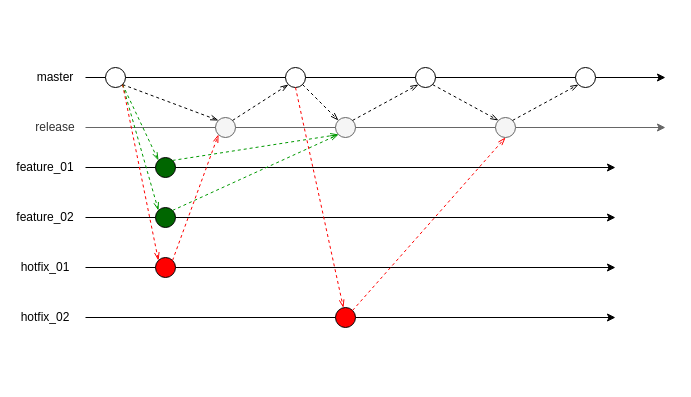
trey03/draw keeps this draw.io diagram as gitflow.drawio. Above is the earlier version. Source tidied: cells renumbered, new cells numbered last; positions are measured from the earlier drawing's top-left corner, leaving out a move shared by most shapes. Both pictures are drawn from the tidied source at 100%, with x=0, y=0 at pixel (25, 67).
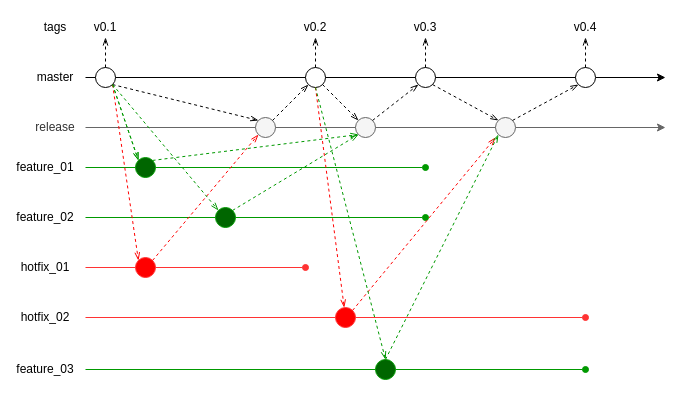
The same diagram, later.

The change refers to these unchanged cells:
```xml
<mxCell id="35" style="ellipse;whiteSpace=wrap;html=1;" parent="1" vertex="1">
  <mxGeometry x="390" width="20" height="20" as="geometry" />
</mxCell>
<mxCell id="43" style="ellipse;whiteSpace=wrap;html=1;fillColor=#f5f5f5;strokeColor=#666666;fontColor=#333333;" parent="1" vertex="1">
  <mxGeometry x="470" y="50" width="20" height="20" as="geometry" />
</mxCell>
<mxCell id="47" style="ellipse;whiteSpace=wrap;html=1;" parent="1" vertex="1">
  <mxGeometry x="550" width="20" height="20" as="geometry" />
</mxCell>
```

The edit, as a diff of the source:
```diff
@@
-    <mxCell id="6" style="endArrow=classic;html=1;" parent="1" edge="1" source="15">
+    <mxCell id="6" style="endArrow=oval;html=1;endFill=1;strokeColor=#009900;" parent="1" edge="1" source="15">
       <mxGeometry relative="1" as="geometry">
-        <mxPoint x="590" y="100" as="targetPoint" />
+        <mxPoint x="400" y="100" as="targetPoint" />
       </mxGeometry>
     </mxCell>
@@
     <mxCell id="8" style="ellipse;whiteSpace=wrap;html=1;" parent="1" vertex="1">
-      <mxGeometry x="80" width="20" height="20" as="geometry" />
+      <mxGeometry x="70" width="20" height="20" as="geometry" />
     </mxCell>
@@
     <mxCell id="10" style="ellipse;whiteSpace=wrap;html=1;" parent="1" vertex="1">
-      <mxGeometry x="260" width="20" height="20" as="geometry" />
+      <mxGeometry x="280" width="20" height="20" as="geometry" />
     </mxCell>
@@
     <mxCell id="12" style="ellipse;whiteSpace=wrap;html=1;fillColor=#f5f5f5;strokeColor=#666666;fontColor=#333333;" parent="1" vertex="1">
-      <mxGeometry x="190" y="50" width="20" height="20" as="geometry" />
+      <mxGeometry x="230" y="50" width="20" height="20" as="geometry" />
     </mxCell>
@@
-    <mxCell id="15" style="ellipse;whiteSpace=wrap;html=1;fillColor=#006600;" parent="1" vertex="1">
-      <mxGeometry x="130" y="90" width="20" height="20" as="geometry" />
-    </mxCell>
-    <mxCell id="16" style="endArrow=none;html=1;endFill=0;" parent="1" edge="1" target="15">
+    <mxCell id="16" style="endArrow=none;html=1;endFill=0;strokeColor=#009900;" parent="1" edge="1" target="15">
       <mxGeometry relative="1" as="geometry">
         <mxPoint x="60" y="100" as="sourcePoint" />
       </mxGeometry>
     </mxCell>
-    <mxCell id="17" style="endArrow=classic;html=1;" parent="1" edge="1" source="19">
+    <mxCell id="17" style="endArrow=oval;html=1;endFill=1;strokeColor=#009900;" parent="1" edge="1" source="19">
       <mxGeometry relative="1" as="geometry">
-        <mxPoint x="590" y="150" as="targetPoint" />
+        <mxPoint x="400" y="150" as="targetPoint" />
       </mxGeometry>
     </mxCell>
@@
-    <mxCell id="19" style="ellipse;whiteSpace=wrap;html=1;fillColor=#006600;" parent="1" vertex="1">
-      <mxGeometry x="130" y="140" width="20" height="20" as="geometry" />
+    <mxCell id="19" style="ellipse;whiteSpace=wrap;html=1;fillColor=#006600;strokeColor=#009900;" parent="1" vertex="1">
+      <mxGeometry x="190" y="140" width="20" height="20" as="geometry" />
     </mxCell>
-    <mxCell id="20" style="endArrow=none;html=1;endFill=0;" parent="1" edge="1" target="19">
+    <mxCell id="20" style="endArrow=none;html=1;endFill=0;strokeColor=#009900;" parent="1" edge="1" target="19">
       <mxGeometry relative="1" as="geometry">
         <mxPoint x="60" y="150" as="sourcePoint" />
       </mxGeometry>
     </mxCell>
-    <mxCell id="21" style="endArrow=openThin;dashed=1;html=1;exitX=1;exitY=1;exitDx=0;exitDy=0;entryX=0;entryY=0;entryDx=0;entryDy=0;endFill=0;strokeColor=#009900;" parent="1" edge="1" source="8" target="19">
-      <mxGeometry relative="1" as="geometry" />
-    </mxCell>
-    <mxCell id="22" style="endArrow=classic;html=1;" parent="1" edge="1" source="24">
+    <mxCell id="22" style="endArrow=oval;html=1;strokeColor=#FF3333;endFill=1;" parent="1" edge="1" source="24">
       <mxGeometry relative="1" as="geometry">
-        <mxPoint x="590" y="200" as="targetPoint" />
+        <mxPoint x="280" y="200" as="targetPoint" />
       </mxGeometry>
     </mxCell>
@@
-    <mxCell id="24" style="ellipse;whiteSpace=wrap;html=1;fillColor=#FF0000;" parent="1" vertex="1">
-      <mxGeometry x="130" y="190" width="20" height="20" as="geometry" />
+    <mxCell id="24" style="ellipse;whiteSpace=wrap;html=1;fillColor=#FF0000;strokeColor=#FF3333;" parent="1" vertex="1">
+      <mxGeometry x="110" y="190" width="20" height="20" as="geometry" />
     </mxCell>
-    <mxCell id="25" style="endArrow=none;html=1;endFill=0;" parent="1" edge="1" target="24">
+    <mxCell id="25" style="endArrow=none;html=1;endFill=0;strokeColor=#FF3333;" parent="1" edge="1" target="24">
       <mxGeometry relative="1" as="geometry">
         <mxPoint x="60" y="200" as="sourcePoint" />
       </mxGeometry>
     </mxCell>
@@
     <mxCell id="30" style="ellipse;whiteSpace=wrap;html=1;fillColor=#f5f5f5;strokeColor=#666666;fontColor=#333333;" parent="1" vertex="1">
-      <mxGeometry x="310" y="50" width="20" height="20" as="geometry" />
+      <mxGeometry x="330" y="50" width="20" height="20" as="geometry" />
     </mxCell>
@@
-    <mxCell id="38" style="endArrow=classic;html=1;" parent="1" edge="1" source="40">
+    <mxCell id="38" style="endArrow=oval;html=1;strokeColor=#FF3333;endFill=1;" parent="1" edge="1" source="40">
       <mxGeometry relative="1" as="geometry">
-        <mxPoint x="590" y="250" as="targetPoint" />
+        <mxPoint x="560" y="250" as="targetPoint" />
       </mxGeometry>
     </mxCell>
@@
-    <mxCell id="40" style="ellipse;whiteSpace=wrap;html=1;fillColor=#FF0000;" parent="1" vertex="1">
+    <mxCell id="40" style="ellipse;whiteSpace=wrap;html=1;fillColor=#FF0000;strokeColor=#FF3333;" parent="1" vertex="1">
       <mxGeometry x="310" y="240" width="20" height="20" as="geometry" />
     </mxCell>
-    <mxCell id="41" style="endArrow=none;html=1;endFill=0;" parent="1" edge="1" target="40">
+    <mxCell id="41" style="endArrow=none;html=1;endFill=0;strokeColor=#FF3333;" parent="1" edge="1" target="40">
       <mxGeometry relative="1" as="geometry">
         <mxPoint x="60" y="250" as="sourcePoint" />
       </mxGeometry>
     </mxCell>
@@
-    <mxCell id="45" style="endArrow=openThin;dashed=1;html=1;exitX=1;exitY=0;exitDx=0;exitDy=0;endFill=0;fillColor=#f8cecc;strokeColor=#FF0000;entryX=0.5;entryY=1;entryDx=0;entryDy=0;" parent="1" edge="1" source="40" target="43">
-      <mxGeometry relative="1" as="geometry" />
+    <mxCell id="45" style="endArrow=openThin;dashed=1;html=1;exitX=1;exitY=0;exitDx=0;exitDy=0;endFill=0;fillColor=#f8cecc;strokeColor=#FF0000;" parent="1" edge="1" source="40">
+      <mxGeometry relative="1" as="geometry">
+        <mxPoint x="470" y="70" as="targetPoint" />
+      </mxGeometry>
     </mxCell>
@@
+    <mxCell id="50" value="tags" style="text;html=1;strokeColor=none;fillColor=none;align=center;verticalAlign=middle;whiteSpace=wrap;rounded=0;" parent="1" vertex="1">
+      <mxGeometry x="10" y="-50" width="40" height="20" as="geometry" />
+    </mxCell>
+    <mxCell id="15" style="ellipse;whiteSpace=wrap;html=1;fillColor=#006600;strokeColor=#009900;" parent="1" vertex="1">
+      <mxGeometry x="110" y="90" width="20" height="20" as="geometry" />
+    </mxCell>
+    <mxCell id="51" style="endArrow=openThin;dashed=1;html=1;exitX=1;exitY=1;exitDx=0;exitDy=0;entryX=0;entryY=0;entryDx=0;entryDy=0;endFill=0;strokeColor=#009900;" parent="1" edge="1" source="8" target="15">
+      <mxGeometry relative="1" as="geometry" />
+    </mxCell>
+    <mxCell id="21" style="endArrow=openThin;dashed=1;html=1;exitX=1;exitY=1;exitDx=0;exitDy=0;entryX=0;entryY=0;entryDx=0;entryDy=0;endFill=0;strokeColor=#009900;" parent="1" edge="1" source="8" target="19">
+      <mxGeometry relative="1" as="geometry" />
+    </mxCell>
+    <mxCell id="52" value="v0.1" style="text;html=1;strokeColor=none;fillColor=none;align=center;verticalAlign=middle;whiteSpace=wrap;rounded=0;" parent="1" vertex="1">
+      <mxGeometry x="60" y="-50" width="40" height="20" as="geometry" />
+    </mxCell>
+    <mxCell id="53" value="v0.2" style="text;html=1;strokeColor=none;fillColor=none;align=center;verticalAlign=middle;whiteSpace=wrap;rounded=0;" parent="1" vertex="1">
+      <mxGeometry x="270" y="-50" width="40" height="20" as="geometry" />
+    </mxCell>
+    <mxCell id="54" value="v0.3" style="text;html=1;strokeColor=none;fillColor=none;align=center;verticalAlign=middle;whiteSpace=wrap;rounded=0;" parent="1" vertex="1">
+      <mxGeometry x="380" y="-50" width="40" height="20" as="geometry" />
+    </mxCell>
+    <mxCell id="55" value="v0.4" style="text;html=1;strokeColor=none;fillColor=none;align=center;verticalAlign=middle;whiteSpace=wrap;rounded=0;" parent="1" vertex="1">
+      <mxGeometry x="540" y="-50" width="40" height="20" as="geometry" />
+    </mxCell>
+    <mxCell id="56" style="endArrow=openThin;dashed=1;html=1;exitX=0.5;exitY=0;exitDx=0;exitDy=0;endFill=0;entryX=0.5;entryY=1;entryDx=0;entryDy=0;" parent="1" edge="1" source="8" target="52">
+      <mxGeometry relative="1" as="geometry" />
+    </mxCell>
+    <mxCell id="57" style="endArrow=openThin;dashed=1;html=1;exitX=0.5;exitY=0;exitDx=0;exitDy=0;endFill=0;entryX=0.5;entryY=1;entryDx=0;entryDy=0;" parent="1" edge="1" source="10" target="53">
+      <mxGeometry relative="1" as="geometry" />
+    </mxCell>
+    <mxCell id="58" style="endArrow=openThin;dashed=1;html=1;exitX=0.5;exitY=0;exitDx=0;exitDy=0;endFill=0;entryX=0.5;entryY=1;entryDx=0;entryDy=0;" parent="1" edge="1" source="35" target="54">
+      <mxGeometry relative="1" as="geometry" />
+    </mxCell>
+    <mxCell id="59" style="endArrow=openThin;dashed=1;html=1;exitX=0.5;exitY=0;exitDx=0;exitDy=0;endFill=0;entryX=0.5;entryY=1;entryDx=0;entryDy=0;" parent="1" edge="1" source="47" target="55">
+      <mxGeometry relative="1" as="geometry" />
+    </mxCell>
+    <mxCell id="60" style="endArrow=oval;html=1;endFill=1;strokeColor=#009900;" parent="1" edge="1" source="63">
+      <mxGeometry relative="1" as="geometry">
+        <mxPoint x="560" y="302" as="targetPoint" />
+      </mxGeometry>
+    </mxCell>
+    <mxCell id="61" value="feature_03" style="text;html=1;strokeColor=none;fillColor=none;align=center;verticalAlign=middle;whiteSpace=wrap;rounded=0;" parent="1" vertex="1">
+      <mxGeometry y="292" width="40" height="20" as="geometry" />
+    </mxCell>
+    <mxCell id="62" style="endArrow=none;html=1;endFill=0;strokeColor=#009900;" parent="1" edge="1" target="63">
+      <mxGeometry relative="1" as="geometry">
+        <mxPoint x="60" y="302" as="sourcePoint" />
+      </mxGeometry>
+    </mxCell>
+    <mxCell id="63" style="ellipse;whiteSpace=wrap;html=1;fillColor=#006600;strokeColor=#009900;" parent="1" vertex="1">
+      <mxGeometry x="350" y="292" width="20" height="20" as="geometry" />
+    </mxCell>
+    <mxCell id="64" style="endArrow=openThin;dashed=1;html=1;exitX=0.5;exitY=1;exitDx=0;exitDy=0;entryX=0.5;entryY=0;entryDx=0;entryDy=0;endFill=0;strokeColor=#009900;" parent="1" edge="1" source="10" target="63">
+      <mxGeometry relative="1" as="geometry" />
+    </mxCell>
+    <mxCell id="65" style="endArrow=openThin;dashed=1;html=1;entryX=0;entryY=1;entryDx=0;entryDy=0;endFill=0;strokeColor=#009900;exitX=0.5;exitY=0;exitDx=0;exitDy=0;" parent="1" edge="1" source="63" target="43">
+      <mxGeometry relative="1" as="geometry" />
+    </mxCell>
```
